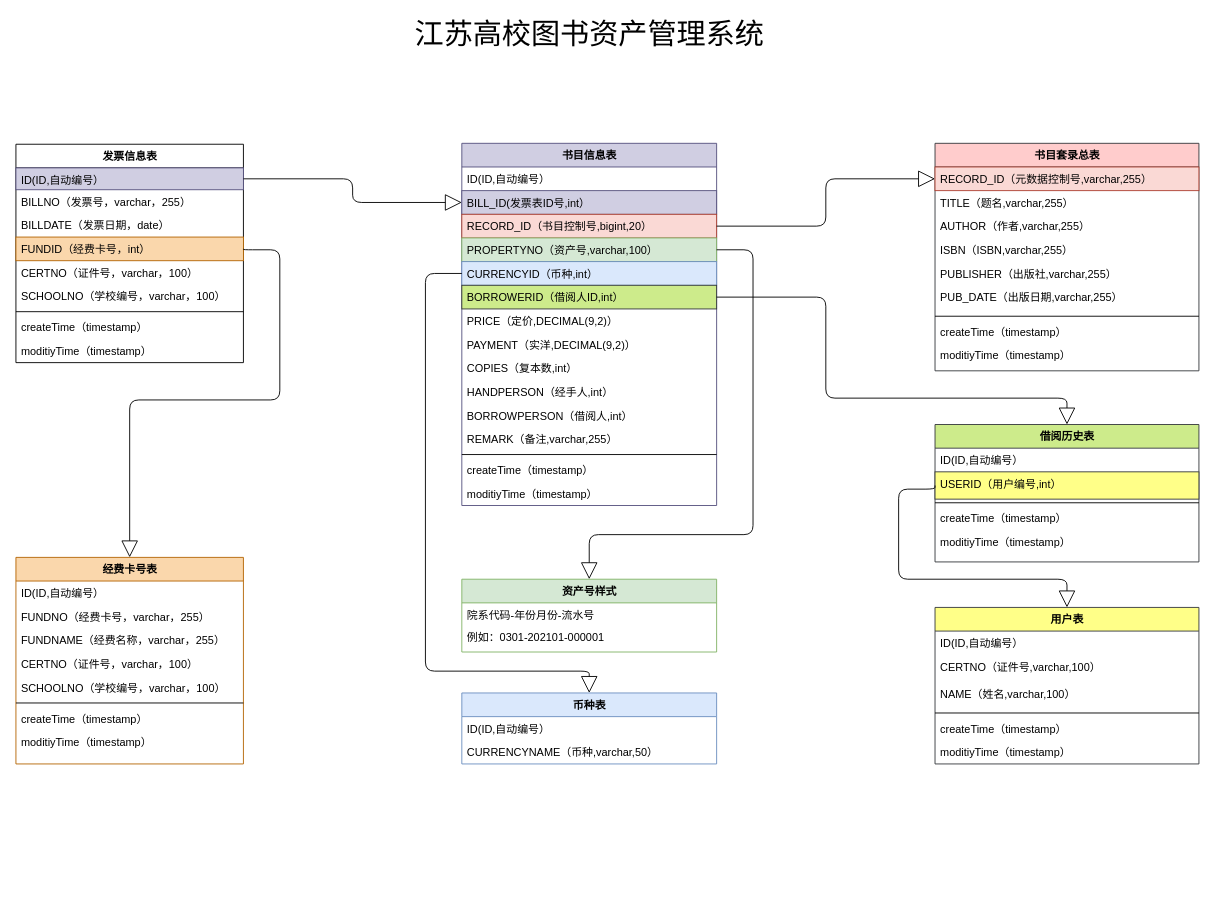
Above: 图书资产管理系统.drawio in yisqiu/SimpleMap-wx (draw.io), before the change. Source tidied: cells renumbered, new cells numbered last; positions are measured from the earlier drawing's top-left corner, leaving out a move shared by most shapes. Both pictures are drawn from the tidied source at 91%, with x=0, y=0 at pixel (15, 15).
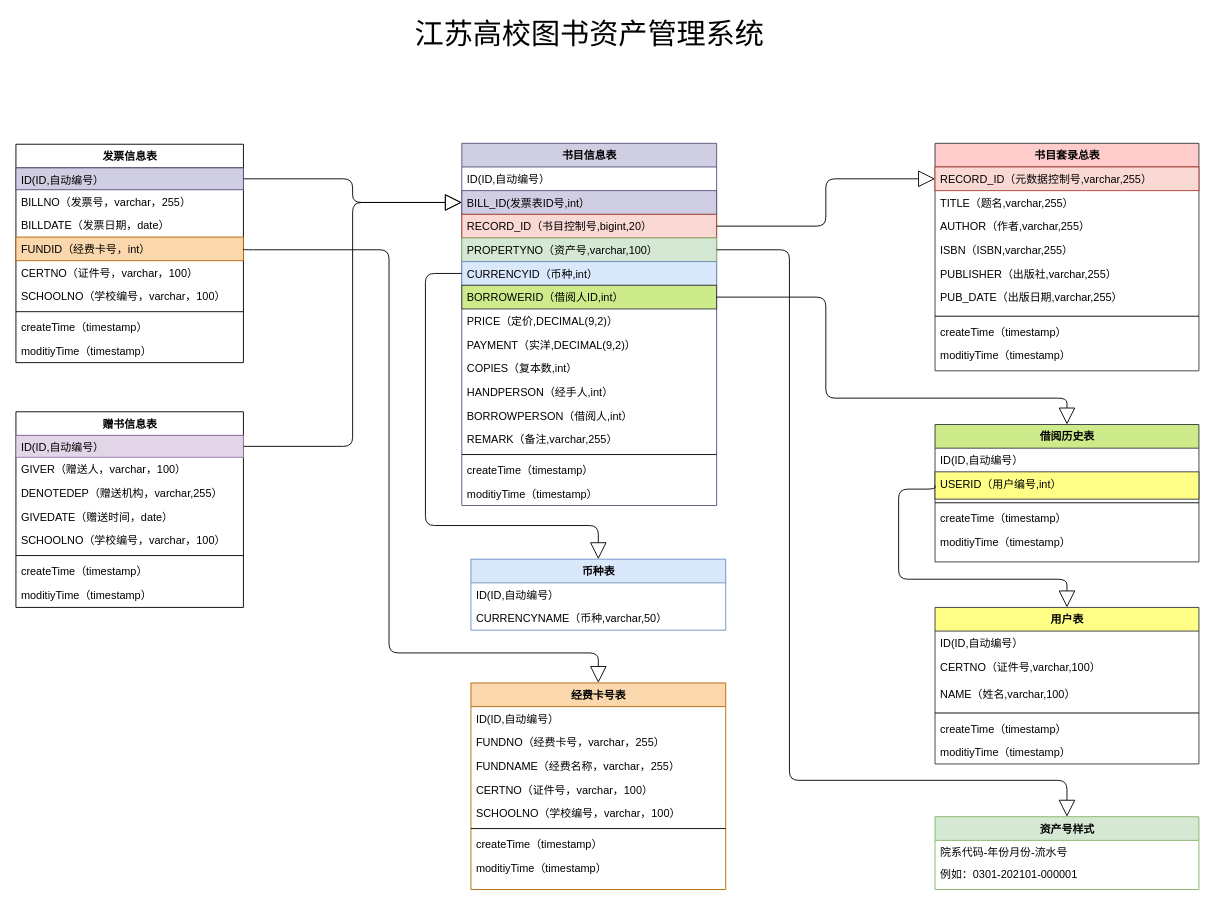
After the change.

Commit message (it also covers changes not shown here):
更新图书资产管理系统.drawio

The change refers to these unchanged cells:
```xml
<mxCell id="6" value="FUNDID（经费卡号，int）" style="text;html=1;strokeColor=#b46504;fillColor=#fad7ac;align=left;verticalAlign=top;spacingLeft=4;spacingRight=4;whiteSpace=wrap;overflow=hidden;points=[[0,0.5],[1,0.5]];portConstraint=eastwest;" parent="2" vertex="1">
  <mxGeometry y="102" width="250" height="26" as="geometry" />
</mxCell>
<mxCell id="23" value="BILL_ID(发票表ID号,int）" style="text;html=1;strokeColor=#56517e;fillColor=#d0cee2;align=left;verticalAlign=top;spacingLeft=4;spacingRight=4;whiteSpace=wrap;overflow=hidden;points=[[0,0.5],[1,0.5]];portConstraint=eastwest;" parent="21" vertex="1">
  <mxGeometry y="52" width="280" height="26" as="geometry" />
</mxCell>
<mxCell id="25" value="PROPERTYNO（资产号,varchar,100）" style="text;html=1;strokeColor=#82b366;fillColor=#d5e8d4;align=left;verticalAlign=top;spacingLeft=4;spacingRight=4;whiteSpace=wrap;overflow=hidden;points=[[0,0.5],[1,0.5]];portConstraint=eastwest;" parent="21" vertex="1">
  <mxGeometry y="104" width="280" height="26" as="geometry" />
</mxCell>
<mxCell id="26" value="CURRENCYID（币种,int）" style="text;html=1;strokeColor=#6c8ebf;fillColor=#dae8fc;align=left;verticalAlign=top;spacingLeft=4;spacingRight=4;whiteSpace=wrap;overflow=hidden;points=[[0,0.5],[1,0.5]];portConstraint=eastwest;" parent="21" vertex="1">
  <mxGeometry y="130" width="280" height="26" as="geometry" />
</mxCell>
```

What changed in the source:
```diff
@@
     <mxCell id="12" value="经费卡号表" style="swimlane;html=1;fontStyle=1;align=center;verticalAlign=top;horizontal=1;startSize=26;swimlaneFillColor=#ffffff;rounded=0;shadow=0;comic=0;labelBackgroundColor=none;strokeWidth=1;fillColor=#fad7ac;fontFamily=Verdana;fontSize=12;strokeColor=#b46504;" parent="1" vertex="1">
-      <mxGeometry y="595" width="250" height="227" as="geometry" />
+      <mxGeometry x="500" y="733" width="280" height="227" as="geometry" />
     </mxCell>
     <mxCell id="13" value="ID(ID,自动编号）" style="text;html=1;strokeColor=none;fillColor=none;align=left;verticalAlign=top;spacingLeft=4;spacingRight=4;whiteSpace=wrap;overflow=hidden;" parent="12" vertex="1">
-      <mxGeometry y="26" width="250" height="26" as="geometry" />
+      <mxGeometry y="26" width="280" height="26" as="geometry" />
     </mxCell>
     <mxCell id="14" value="FUNDNO（经费卡号，varchar，255）" style="text;html=1;strokeColor=none;fillColor=none;align=left;verticalAlign=top;spacingLeft=4;spacingRight=4;whiteSpace=wrap;overflow=hidden;" parent="12" vertex="1">
-      <mxGeometry y="52" width="250" height="26" as="geometry" />
+      <mxGeometry y="52" width="280" height="26" as="geometry" />
     </mxCell>
     <mxCell id="15" value="FUNDNAME（经费名称，varchar，255）" style="text;html=1;strokeColor=none;fillColor=none;align=left;verticalAlign=top;spacingLeft=4;spacingRight=4;whiteSpace=wrap;overflow=hidden;" parent="12" vertex="1">
-      <mxGeometry y="78" width="250" height="26" as="geometry" />
+      <mxGeometry y="78" width="280" height="26" as="geometry" />
     </mxCell>
     <mxCell id="16" value="CERTNO（证件号，varchar，100）" style="text;html=1;strokeColor=none;fillColor=none;align=left;verticalAlign=top;spacingLeft=4;spacingRight=4;whiteSpace=wrap;overflow=hidden;" parent="12" vertex="1">
-      <mxGeometry y="104" width="250" height="26" as="geometry" />
+      <mxGeometry y="104" width="280" height="26" as="geometry" />
     </mxCell>
     <mxCell id="17" value="SCHOOLNO（学校编号，varchar，100）" style="text;html=1;strokeColor=none;fillColor=none;align=left;verticalAlign=top;spacingLeft=4;spacingRight=4;whiteSpace=wrap;overflow=hidden;" parent="12" vertex="1">
-      <mxGeometry y="130" width="250" height="26" as="geometry" />
+      <mxGeometry y="130" width="280" height="26" as="geometry" />
     </mxCell>
     <mxCell id="18" style="line;html=1;strokeWidth=1;fillColor=none;align=left;verticalAlign=middle;spacingTop=-1;spacingLeft=3;spacingRight=3;labelPosition=right;" parent="12" vertex="1">
-      <mxGeometry y="156" width="250" height="8" as="geometry" />
+      <mxGeometry y="156" width="280" height="8" as="geometry" />
     </mxCell>
     <mxCell id="19" value="createTime（timestamp）" style="text;html=1;strokeColor=none;fillColor=none;align=left;verticalAlign=top;spacingLeft=4;spacingRight=4;whiteSpace=wrap;overflow=hidden;" parent="12" vertex="1">
-      <mxGeometry y="164" width="250" height="26" as="geometry" />
+      <mxGeometry y="164" width="280" height="26" as="geometry" />
     </mxCell>
     <mxCell id="20" value="moditiyTime（timestamp）" style="text;html=1;strokeColor=none;fillColor=none;align=left;verticalAlign=top;spacingLeft=4;spacingRight=4;whiteSpace=wrap;overflow=hidden;" parent="12" vertex="1">
-      <mxGeometry y="190" width="250" height="26" as="geometry" />
+      <mxGeometry y="190" width="280" height="26" as="geometry" />
     </mxCell>
@@
     <mxCell id="39" style="edgeStyle=orthogonalEdgeStyle;html=1;labelBackgroundColor=none;startFill=0;startSize=8;endArrow=block;endFill=0;endSize=16;fontFamily=Verdana;fontSize=12;entryX=0.5;entryY=0;entryDx=0;entryDy=0;exitX=1;exitY=0.5;exitDx=0;exitDy=0;" parent="1" edge="1" source="6" target="12">
       <mxGeometry relative="1" as="geometry">
         <Array as="points">
-          <mxPoint x="290" y="257" />
-          <mxPoint x="290" y="422" />
-          <mxPoint x="125" y="422" />
+          <mxPoint x="410" y="257" />
+          <mxPoint x="410" y="700" />
+          <mxPoint x="640" y="700" />
         </Array>
       </mxGeometry>
     </mxCell>
     <mxCell id="40" value="资产号样式" style="swimlane;html=1;fontStyle=1;align=center;verticalAlign=top;horizontal=1;startSize=26;swimlaneFillColor=#ffffff;rounded=0;shadow=0;comic=0;labelBackgroundColor=none;strokeWidth=1;fontFamily=Verdana;fontSize=12;strokeColor=#82b366;fillColor=#d5e8d4;" parent="1" vertex="1">
-      <mxGeometry x="490" y="619" width="280" height="80" as="geometry" />
+      <mxGeometry x="1010" y="880" width="290" height="80" as="geometry" />
     </mxCell>
     <mxCell id="41" value="院系代码-年份月份-流水号" style="text;html=1;align=left;verticalAlign=top;spacingLeft=4;spacingRight=4;whiteSpace=wrap;overflow=hidden;" parent="40" vertex="1">
-      <mxGeometry y="26" width="280" height="24" as="geometry" />
+      <mxGeometry y="26" width="290" height="24" as="geometry" />
     </mxCell>
     <mxCell id="42" value="例如：0301-202101-000001" style="text;html=1;strokeColor=none;fillColor=none;align=left;verticalAlign=top;spacingLeft=4;spacingRight=4;whiteSpace=wrap;overflow=hidden;" parent="40" vertex="1">
-      <mxGeometry y="50" width="280" height="26" as="geometry" />
+      <mxGeometry y="50" width="290" height="26" as="geometry" />
     </mxCell>
     <mxCell id="43" style="edgeStyle=orthogonalEdgeStyle;html=1;labelBackgroundColor=none;startFill=0;startSize=8;endArrow=block;endFill=0;endSize=16;fontFamily=Verdana;fontSize=12;exitX=1;exitY=0.5;exitDx=0;exitDy=0;entryX=0.5;entryY=0;entryDx=0;entryDy=0;" parent="1" edge="1" source="25" target="40">
       <mxGeometry relative="1" as="geometry">
         <Array as="points">
-          <mxPoint x="810" y="257" />
-          <mxPoint x="810" y="570" />
-          <mxPoint x="630" y="570" />
+          <mxPoint x="850" y="257" />
+          <mxPoint x="850" y="840" />
+          <mxPoint x="1155" y="840" />
         </Array>
       </mxGeometry>
     </mxCell>
     <mxCell id="44" value="币种表" style="swimlane;html=1;fontStyle=1;align=center;verticalAlign=top;horizontal=1;startSize=26;swimlaneFillColor=#ffffff;rounded=0;shadow=0;comic=0;labelBackgroundColor=none;strokeWidth=1;fontFamily=Verdana;fontSize=12;strokeColor=#6c8ebf;fillColor=#dae8fc;" parent="1" vertex="1">
-      <mxGeometry x="490" y="744" width="280" height="78" as="geometry" />
+      <mxGeometry x="500" y="597" width="280" height="78" as="geometry" />
     </mxCell>
@@
     <mxCell id="47" style="edgeStyle=orthogonalEdgeStyle;html=1;labelBackgroundColor=none;startFill=0;startSize=8;endArrow=block;endFill=0;endSize=16;fontFamily=Verdana;fontSize=12;exitX=0;exitY=0.5;exitDx=0;exitDy=0;entryX=0.5;entryY=0;entryDx=0;entryDy=0;" parent="1" edge="1" source="26" target="44">
       <mxGeometry relative="1" as="geometry">
         <Array as="points">
           <mxPoint x="450" y="283" />
-          <mxPoint x="450" y="720" />
-          <mxPoint x="630" y="720" />
+          <mxPoint x="450" y="560" />
+          <mxPoint x="640" y="560" />
         </Array>
       </mxGeometry>
     </mxCell>
@@
+    <mxCell id="74" value="赠书信息表" style="swimlane;html=1;fontStyle=1;align=center;verticalAlign=top;horizontal=1;startSize=26;swimlaneFillColor=#ffffff;rounded=0;shadow=0;comic=0;labelBackgroundColor=none;strokeWidth=1;fontFamily=Verdana;fontSize=12;" parent="1" vertex="1">
+      <mxGeometry y="435" width="250" height="215" as="geometry" />
+    </mxCell>
+    <mxCell id="75" value="ID(ID,自动编号）" style="text;html=1;strokeColor=#9673a6;fillColor=#e1d5e7;align=left;verticalAlign=top;spacingLeft=4;spacingRight=4;whiteSpace=wrap;overflow=hidden;points=[[0,0.5],[1,0.5]];portConstraint=eastwest;" parent="74" vertex="1">
+      <mxGeometry y="26" width="250" height="24" as="geometry" />
+    </mxCell>
+    <mxCell id="76" value="GIVER（赠送人，varchar，100）" style="text;html=1;align=left;verticalAlign=top;spacingLeft=4;spacingRight=4;whiteSpace=wrap;overflow=hidden;" parent="74" vertex="1">
+      <mxGeometry y="50" width="250" height="26" as="geometry" />
+    </mxCell>
+    <mxCell id="77" value="DENOTEDEP（赠送机构，varchar,255）" style="text;html=1;strokeColor=none;fillColor=none;align=left;verticalAlign=top;spacingLeft=4;spacingRight=4;whiteSpace=wrap;overflow=hidden;" parent="74" vertex="1">
+      <mxGeometry y="76" width="250" height="26" as="geometry" />
+    </mxCell>
+    <mxCell id="78" value="GIVEDATE（赠送时间，date）" style="text;html=1;align=left;verticalAlign=top;spacingLeft=4;spacingRight=4;whiteSpace=wrap;overflow=hidden;" parent="74" vertex="1">
+      <mxGeometry y="102" width="250" height="26" as="geometry" />
+    </mxCell>
+    <mxCell id="79" value="SCHOOLNO（学校编号，varchar，100）" style="text;html=1;strokeColor=none;fillColor=none;align=left;verticalAlign=top;spacingLeft=4;spacingRight=4;whiteSpace=wrap;overflow=hidden;" parent="74" vertex="1">
+      <mxGeometry y="128" width="250" height="26" as="geometry" />
+    </mxCell>
+    <mxCell id="80" style="line;html=1;strokeWidth=1;fillColor=none;align=left;verticalAlign=middle;spacingTop=-1;spacingLeft=3;spacingRight=3;labelPosition=right;" parent="74" vertex="1">
+      <mxGeometry y="154" width="250" height="8" as="geometry" />
+    </mxCell>
+    <mxCell id="81" value="createTime（timestamp）" style="text;html=1;strokeColor=none;fillColor=none;align=left;verticalAlign=top;spacingLeft=4;spacingRight=4;whiteSpace=wrap;overflow=hidden;" parent="74" vertex="1">
+      <mxGeometry y="162" width="250" height="26" as="geometry" />
+    </mxCell>
+    <mxCell id="82" value="moditiyTime（timestamp）" style="text;html=1;strokeColor=none;fillColor=none;align=left;verticalAlign=top;spacingLeft=4;spacingRight=4;whiteSpace=wrap;overflow=hidden;" parent="74" vertex="1">
+      <mxGeometry y="188" width="250" height="26" as="geometry" />
+    </mxCell>
+    <mxCell id="83" style="edgeStyle=orthogonalEdgeStyle;html=1;labelBackgroundColor=none;startFill=0;startSize=8;endArrow=block;endFill=0;endSize=16;fontFamily=Verdana;fontSize=12;exitX=1;exitY=0.5;exitDx=0;exitDy=0;entryX=0;entryY=0.5;entryDx=0;entryDy=0;" parent="1" edge="1" source="75" target="23">
+      <mxGeometry relative="1" as="geometry">
+        <Array as="points">
+          <mxPoint x="370" y="473" />
+          <mxPoint x="370" y="205" />
+        </Array>
+      </mxGeometry>
+    </mxCell>
```
